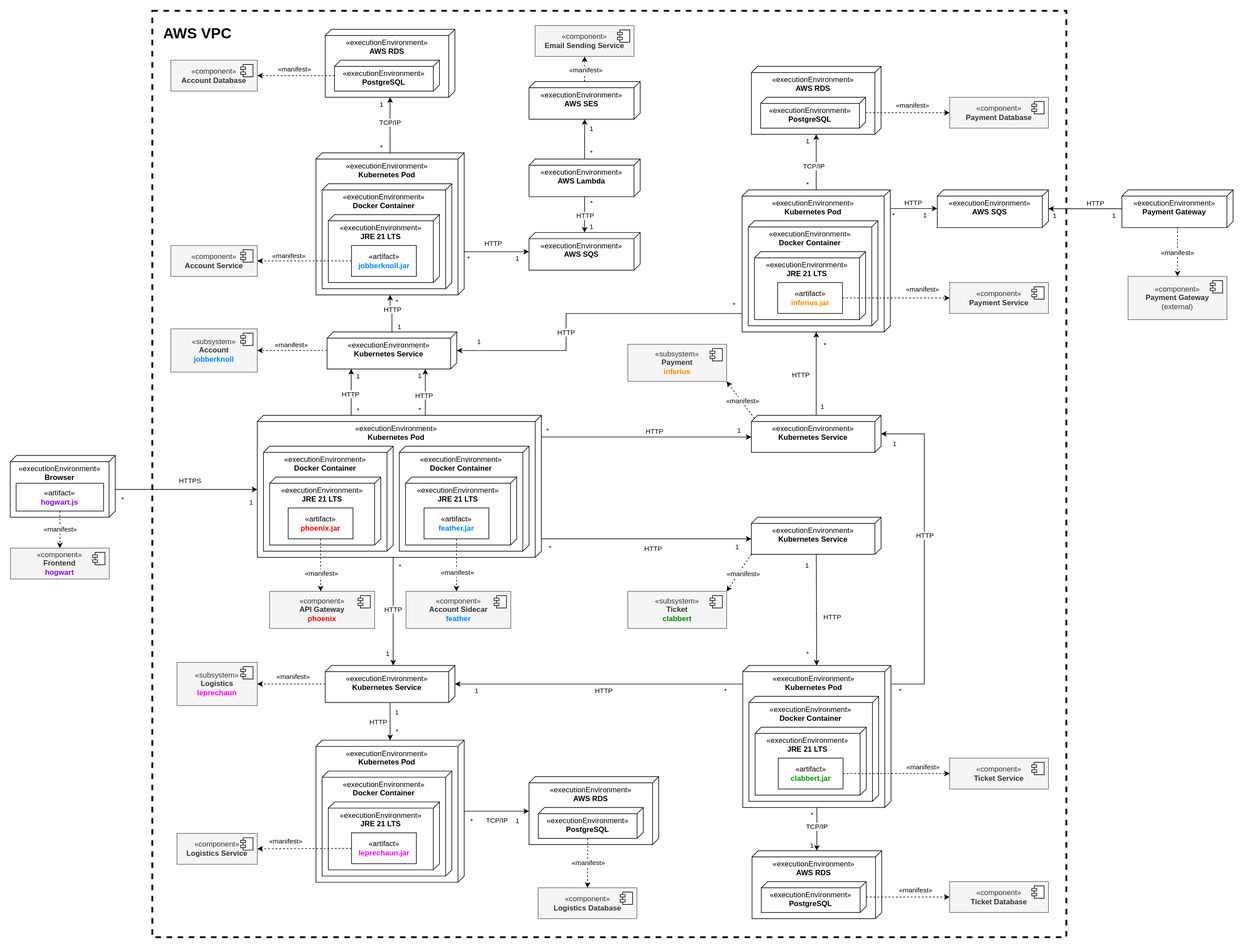
PWR-ACS-SE-24/SoftwareSystemDesign keeps this draw.io diagram as documentation/course/e2/images/deployment-diagram.drawio.svg. Above is the earlier version. Source tidied: cells renumbered, new cells last; positions are measured from the earlier drawing's top-left corner, leaving out a move shared by most shapes.
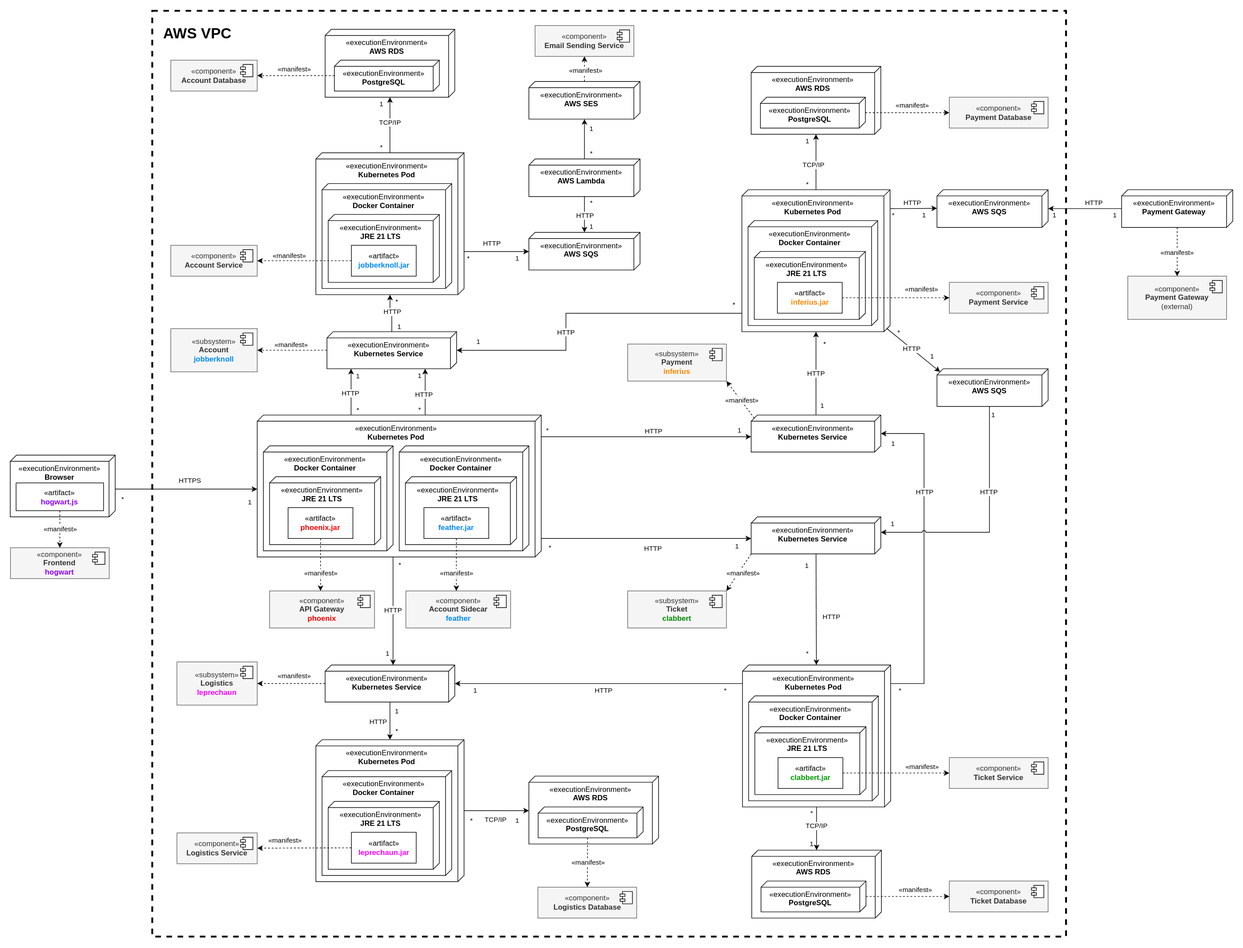
Later version of the same file.

Commit message:
add sqs between clabbert and inferius

What changed in the source:
```diff
@@ -150,7 +150,7 @@
     </mxCell>
     <mxCell id="47" value="HTTP" style="edgeLabel;html=1;align=center;verticalAlign=middle;" parent="46" vertex="1">
       <mxGeometry x="-0.06" relative="1" as="geometry">
-        <mxPoint x="-26" y="-2" as="offset" />
+        <mxPoint x="-1" y="-4" as="offset" />
       </mxGeometry>
     </mxCell>
     <mxCell id="48" value="1" style="edgeLabel;html=1;align=center;verticalAlign=middle;" parent="46" vertex="1">
@@ -706,7 +706,7 @@
     </mxCell>
     <mxCell id="171" value="HTTP" style="edgeLabel;html=1;align=center;verticalAlign=middle;" parent="170" vertex="1">
       <mxGeometry x="0.32" y="-5" relative="1" as="geometry">
-        <mxPoint x="-5" y="54" as="offset" />
+        <mxPoint x="-5" y="-16" as="offset" />
       </mxGeometry>
     </mxCell>
     <mxCell id="172" value="1" style="edgeLabel;html=1;align=center;verticalAlign=middle;" parent="170" vertex="1">
@@ -722,12 +722,9 @@
     <mxCell id="174" value="&lt;div&gt;«executionEnvironment»&lt;/div&gt;&lt;div&gt;&lt;b&gt;AWS SQS&lt;/b&gt;&lt;/div&gt;" style="verticalAlign=top;align=center;spacingTop=8;spacingLeft=2;spacingRight=12;shape=cube;size=10;direction=south;fontStyle=0;html=1;whiteSpace=wrap;" parent="1" vertex="1">
       <mxGeometry x="1501" y="290" width="180" height="61" as="geometry" />
     </mxCell>
-    <mxCell id="175" style="edgeStyle=orthogonalEdgeStyle;rounded=0;jettySize=auto;html=1;" parent="1" edge="1" source="4" target="174">
+    <mxCell id="175" style="rounded=0;jettySize=auto;html=1;exitX=0.133;exitY=-0.003;exitDx=0;exitDy=0;exitPerimeter=0;" parent="1" edge="1" source="4">
       <mxGeometry relative="1" as="geometry">
-        <Array as="points">
-          <mxPoint x="1463" y="320" />
-          <mxPoint x="1463" y="321" />
-        </Array>
+        <mxPoint x="1501" y="320" as="targetPoint" />
       </mxGeometry>
     </mxCell>
     <mxCell id="176" value="HTTP" style="edgeLabel;html=1;align=center;verticalAlign=middle;" parent="175" vertex="1">
@@ -894,5 +891,42 @@
         <mxPoint x="-27" y="7" as="offset" />
       </mxGeometry>
     </mxCell>
+    <mxCell id="214" value="&lt;div&gt;«executionEnvironment»&lt;/div&gt;&lt;div&gt;&lt;b&gt;AWS SQS&lt;/b&gt;&lt;/div&gt;" style="verticalAlign=top;align=center;spacingTop=8;spacingLeft=2;spacingRight=12;shape=cube;size=10;direction=south;fontStyle=0;html=1;whiteSpace=wrap;" parent="1" vertex="1">
+      <mxGeometry x="1501" y="580" width="180" height="61" as="geometry" />
+    </mxCell>
+    <mxCell id="215" style="rounded=0;jettySize=auto;html=1;exitX=0;exitY=0;exitDx=225;exitDy=5;exitPerimeter=0;entryX=0;entryY=0;entryDx=5;entryDy=175;entryPerimeter=0;" parent="1" edge="1" source="4" target="214">
+      <mxGeometry relative="1" as="geometry" />
+    </mxCell>
+    <mxCell id="216" value="*" style="edgeLabel;html=1;align=center;verticalAlign=middle;" parent="215" vertex="1">
+      <mxGeometry x="-0.56" y="-1" relative="1" as="geometry">
+        <mxPoint y="-11" as="offset" />
+      </mxGeometry>
+    </mxCell>
+    <mxCell id="217" value="1" style="edgeLabel;html=1;align=center;verticalAlign=middle;" parent="215" vertex="1">
+      <mxGeometry x="0.67" relative="1" as="geometry">
+        <mxPoint y="-14" as="offset" />
+      </mxGeometry>
+    </mxCell>
+    <mxCell id="218" value="HTTP" style="edgeLabel;html=1;align=center;verticalAlign=middle;" parent="215" vertex="1">
+      <mxGeometry x="-0.07" relative="1" as="geometry" />
+    </mxCell>
+    <mxCell id="219" style="edgeStyle=orthogonalEdgeStyle;rounded=0;jettySize=auto;html=1;exitX=0;exitY=0;exitDx=61;exitDy=95;exitPerimeter=0;entryX=0;entryY=0;entryDx=25.000000000000004;entryDy=0;entryPerimeter=0;jumpStyle=arc;" parent="1" edge="1" source="214" target="26">
+      <mxGeometry relative="1" as="geometry" />
+    </mxCell>
+    <mxCell id="220" value="1" style="edgeLabel;html=1;align=center;verticalAlign=middle;" parent="219" vertex="1">
+      <mxGeometry x="-0.91" y="1" relative="1" as="geometry">
+        <mxPoint x="4" y="-3" as="offset" />
+      </mxGeometry>
+    </mxCell>
+    <mxCell id="221" value="1" style="edgeLabel;html=1;align=center;verticalAlign=middle;" parent="219" vertex="1">
+      <mxGeometry x="0.9" y="1" relative="1" as="geometry">
+        <mxPoint y="-16" as="offset" />
+      </mxGeometry>
+    </mxCell>
+    <mxCell id="222" value="HTTP" style="edgeLabel;html=1;align=center;verticalAlign=middle;" parent="219" vertex="1">
+      <mxGeometry x="-0.4" y="-1" relative="1" as="geometry">
+        <mxPoint x="-1" y="24" as="offset" />
+      </mxGeometry>
+    </mxCell>
   </root>
 </mxGraphModel>
```
